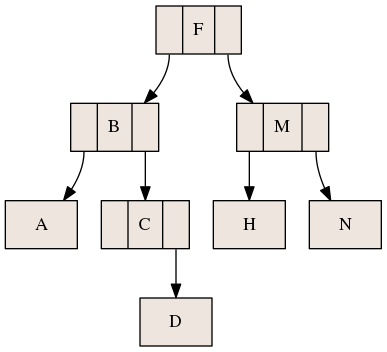
Above: ArbolABB.png in SergioFerrer9/Arboles (Graphviz), before the change. Its source is kept beside it as ArbolABB.dot.
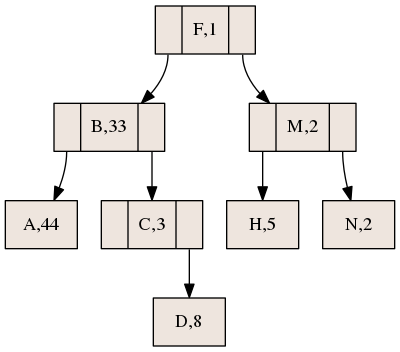
After the commit.

The edit, as a diff of the source:
```diff
@@ -3,26 +3,26 @@
 node [
 shape =record, fillcolor=seashell2, style =filled, ];
 "nodo1"
-[ label="<C0>| F|<C1>"];
+[ label="<C0>| F,1|<C1>"];
 "nodo3"
-[ label="<C0>| B|<C1>"];
+[ label="<C0>| B,33|<C1>"];
 "nodo5"
-[ label=" A"];
+[ label=" A,44"];
 nodo3:C0->nodo5
 "nodo4"
-[ label="<C0>| C|<C1>"];
+[ label="<C0>| C,3|<C1>"];
 "nodo9"
-[ label=" D"];
+[ label=" D,8"];
 nodo4:C1->nodo9
 nodo3:C1->nodo4
 nodo1:C0->nodo3
 "nodo2"
-[ label="<C0>| M|<C1>"];
+[ label="<C0>| M,2|<C1>"];
 "nodo6"
-[ label=" H"];
+[ label=" H,5"];
 nodo2:C0->nodo6
 "nodo8"
-[ label=" N"];
+[ label=" N,2"];
 nodo2:C1->nodo8
 nodo1:C1->nodo2
 }
```
